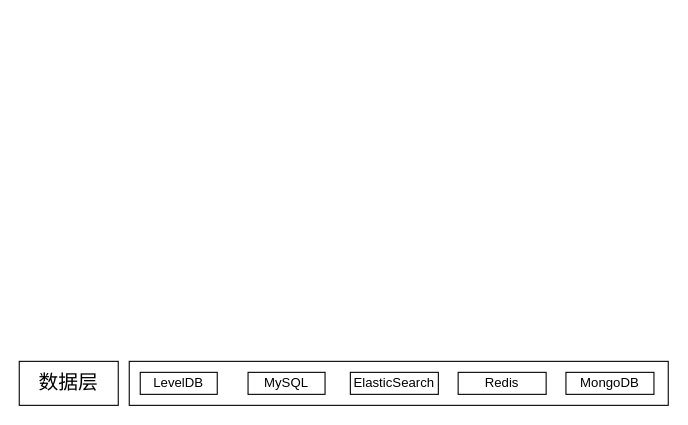
Before: 2024一般研发项目架构图.drawio in ForLina/sxc_contract, a draw.io diagram. Source tidied: cells renumbered, new cells numbered last; positions are measured from the earlier drawing's top-left corner, leaving out a move shared by most shapes. Both pictures are drawn from the tidied source at 110%, with x=0, y=0 at pixel (19, 361).
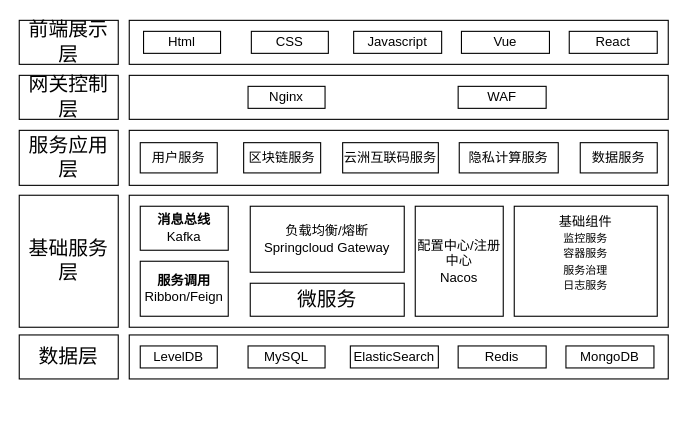
After the change.

Commit message (it also covers changes not shown here):
更新2024一般研发项目架构图.drawio

Diff of the diagram source:
```diff
@@
+    <mxCell id="10" style="group;" parent="1" vertex="1">
+      <mxGeometry y="-24" width="590" height="40" as="geometry" />
+    </mxCell>
-    <mxCell id="2" value="&lt;font style=&quot;font-size: 18px;&quot;&gt;数据层&lt;/font&gt;" style="rounded=0;whiteSpace=wrap;html=1;" parent="1" vertex="1">
+    <mxCell id="2" value="&lt;font style=&quot;font-size: 18px;&quot;&gt;数据层&lt;/font&gt;" style="rounded=0;whiteSpace=wrap;html=1;" parent="10" vertex="1">
       <mxGeometry width="90" height="40" as="geometry" />
     </mxCell>
-    <mxCell id="3" style="group;" parent="1" vertex="1">
+    <mxCell id="3" style="group;" parent="10" vertex="1">
       <mxGeometry x="100" width="490" height="40" as="geometry" />
     </mxCell>
@@
+    <mxCell id="11" style="group;" parent="1" vertex="1">
+      <mxGeometry y="-151" width="590" height="120" as="geometry" />
+    </mxCell>
+    <mxCell id="12" value="&lt;font style=&quot;font-size: 18px;&quot;&gt;基础服务层&lt;/font&gt;" style="rounded=0;whiteSpace=wrap;html=1;" parent="11" vertex="1">
+      <mxGeometry width="90" height="120" as="geometry" />
+    </mxCell>
+    <mxCell id="13" style="group;" parent="11" vertex="1">
+      <mxGeometry x="100" width="490" height="120" as="geometry" />
+    </mxCell>
+    <mxCell id="14" style="rounded=0;whiteSpace=wrap;html=1;" parent="13" vertex="1">
+      <mxGeometry width="490" height="120" as="geometry" />
+    </mxCell>
+    <mxCell id="15" value="配置中心/注册中心&lt;div&gt;Nacos&lt;/div&gt;" style="rounded=0;whiteSpace=wrap;html=1;" parent="13" vertex="1">
+      <mxGeometry x="260" y="10" width="80" height="100" as="geometry" />
+    </mxCell>
+    <mxCell id="16" value="基础组件&lt;div style=&quot;&quot;&gt;&lt;font style=&quot;font-size: 10px;&quot;&gt;监控服务&lt;/font&gt;&lt;/div&gt;&lt;div style=&quot;&quot;&gt;&lt;span style=&quot;font-size: 10px;&quot;&gt;容器服务&lt;/span&gt;&lt;/div&gt;&lt;div style=&quot;&quot;&gt;&lt;span style=&quot;font-size: 10px;&quot;&gt;服务治理&lt;/span&gt;&lt;/div&gt;&lt;div style=&quot;&quot;&gt;&lt;span style=&quot;font-size: 10px;&quot;&gt;日志服务&lt;/span&gt;&lt;/div&gt;&lt;div&gt;&lt;br&gt;&lt;/div&gt;" style="rounded=0;whiteSpace=wrap;html=1;align=center;" parent="13" vertex="1">
+      <mxGeometry x="350" y="10" width="130" height="100" as="geometry" />
+    </mxCell>
+    <mxCell id="17" style="group;" parent="13" vertex="1">
+      <mxGeometry x="10" y="10" width="80" height="100" as="geometry" />
+    </mxCell>
+    <mxCell id="18" value="&lt;b&gt;消息总线&lt;/b&gt;&lt;br&gt;Kafka" style="rounded=0;whiteSpace=wrap;html=1;" parent="17" vertex="1">
+      <mxGeometry width="80" height="40" as="geometry" />
+    </mxCell>
+    <mxCell id="19" value="&lt;b&gt;服务调用&lt;/b&gt;&lt;div&gt;Ribbon/Feign&lt;/div&gt;" style="rounded=0;whiteSpace=wrap;html=1;" parent="17" vertex="1">
+      <mxGeometry y="50" width="80" height="50" as="geometry" />
+    </mxCell>
+    <mxCell id="20" style="group;" parent="13" vertex="1">
+      <mxGeometry x="110" y="10" width="140" height="110" as="geometry" />
+    </mxCell>
+    <mxCell id="21" value="负载均衡/熔断&lt;div&gt;Springcloud Gateway&lt;/div&gt;" style="rounded=0;whiteSpace=wrap;html=1;" parent="20" vertex="1">
+      <mxGeometry width="140" height="60" as="geometry" />
+    </mxCell>
+    <mxCell id="22" value="&lt;font style=&quot;font-size: 18px;&quot;&gt;微服务&lt;/font&gt;" style="rounded=0;whiteSpace=wrap;html=1;" parent="20" vertex="1">
+      <mxGeometry y="70" width="140" height="30" as="geometry" />
+    </mxCell>
+    <mxCell id="23" style="group;" parent="1" vertex="1">
+      <mxGeometry y="-210" width="590" height="50" as="geometry" />
+    </mxCell>
+    <mxCell id="24" value="&lt;span style=&quot;font-size: 18px;&quot;&gt;服务应用层&lt;/span&gt;" style="rounded=0;whiteSpace=wrap;html=1;" parent="23" vertex="1">
+      <mxGeometry width="90" height="50" as="geometry" />
+    </mxCell>
+    <mxCell id="25" style="group;" parent="23" vertex="1">
+      <mxGeometry x="100" width="490" height="50" as="geometry" />
+    </mxCell>
+    <mxCell id="26" style="rounded=0;whiteSpace=wrap;html=1;" parent="25" vertex="1">
+      <mxGeometry width="490" height="50" as="geometry" />
+    </mxCell>
+    <mxCell id="27" value="区块链服务" style="rounded=0;whiteSpace=wrap;html=1;" parent="25" vertex="1">
+      <mxGeometry x="104" y="11.2" width="70" height="27.5" as="geometry" />
+    </mxCell>
+    <mxCell id="28" value="云洲互联码服务" style="rounded=0;whiteSpace=wrap;html=1;" parent="25" vertex="1">
+      <mxGeometry x="194" y="11.2" width="87" height="27.5" as="geometry" />
+    </mxCell>
+    <mxCell id="29" value="用户服务" style="rounded=0;whiteSpace=wrap;html=1;" parent="25" vertex="1">
+      <mxGeometry x="10" y="11.2" width="70" height="27.5" as="geometry" />
+    </mxCell>
+    <mxCell id="30" value="隐私计算服务" style="rounded=0;whiteSpace=wrap;html=1;" parent="25" vertex="1">
+      <mxGeometry x="300" y="11.2" width="90" height="27.5" as="geometry" />
+    </mxCell>
+    <mxCell id="31" value="数据服务" style="rounded=0;whiteSpace=wrap;html=1;" parent="25" vertex="1">
+      <mxGeometry x="410" y="11.2" width="70" height="27.5" as="geometry" />
+    </mxCell>
+    <mxCell id="32" style="group;" parent="1" vertex="1">
+      <mxGeometry y="-260" width="590" height="40" as="geometry" />
+    </mxCell>
+    <mxCell id="33" value="&lt;span style=&quot;font-size: 18px;&quot;&gt;网关控制层&lt;/span&gt;" style="rounded=0;whiteSpace=wrap;html=1;" parent="32" vertex="1">
+      <mxGeometry width="90" height="40" as="geometry" />
+    </mxCell>
+    <mxCell id="34" style="group;" parent="32" vertex="1">
+      <mxGeometry x="100" width="490" height="40" as="geometry" />
+    </mxCell>
+    <mxCell id="35" style="rounded=0;whiteSpace=wrap;html=1;" parent="34" vertex="1">
+      <mxGeometry width="490" height="40" as="geometry" />
+    </mxCell>
+    <mxCell id="36" value="Nginx" style="rounded=0;whiteSpace=wrap;html=1;" parent="34" vertex="1">
+      <mxGeometry x="108" y="10" width="70" height="20" as="geometry" />
+    </mxCell>
+    <mxCell id="37" value="WAF" style="rounded=0;whiteSpace=wrap;html=1;" parent="34" vertex="1">
+      <mxGeometry x="299" y="10" width="80" height="20" as="geometry" />
+    </mxCell>
+    <mxCell id="38" style="group;" parent="1" vertex="1">
+      <mxGeometry y="-310" width="590" height="40" as="geometry" />
+    </mxCell>
+    <mxCell id="39" value="&lt;span style=&quot;font-size: 18px;&quot;&gt;前端展示层&lt;/span&gt;" style="rounded=0;whiteSpace=wrap;html=1;" parent="38" vertex="1">
+      <mxGeometry width="90" height="40" as="geometry" />
+    </mxCell>
+    <mxCell id="40" style="group;" parent="38" vertex="1">
+      <mxGeometry x="100" width="490" height="40" as="geometry" />
+    </mxCell>
+    <mxCell id="41" style="rounded=0;whiteSpace=wrap;html=1;" parent="40" vertex="1">
+      <mxGeometry width="490" height="40" as="geometry" />
+    </mxCell>
+    <mxCell id="42" value="Html" style="rounded=0;whiteSpace=wrap;html=1;" parent="40" vertex="1">
+      <mxGeometry x="13" y="10" width="70" height="20" as="geometry" />
+    </mxCell>
+    <mxCell id="43" value="CSS" style="rounded=0;whiteSpace=wrap;html=1;" parent="40" vertex="1">
+      <mxGeometry x="111" y="10" width="70" height="20" as="geometry" />
+    </mxCell>
+    <mxCell id="44" value="Javascript" style="rounded=0;whiteSpace=wrap;html=1;" parent="40" vertex="1">
+      <mxGeometry x="204" y="10" width="80" height="20" as="geometry" />
+    </mxCell>
+    <mxCell id="45" value="Vue" style="rounded=0;whiteSpace=wrap;html=1;" parent="40" vertex="1">
+      <mxGeometry x="302" y="10" width="80" height="20" as="geometry" />
+    </mxCell>
+    <mxCell id="46" value="React" style="rounded=0;whiteSpace=wrap;html=1;" parent="40" vertex="1">
+      <mxGeometry x="400" y="10" width="80" height="20" as="geometry" />
+    </mxCell>
```
